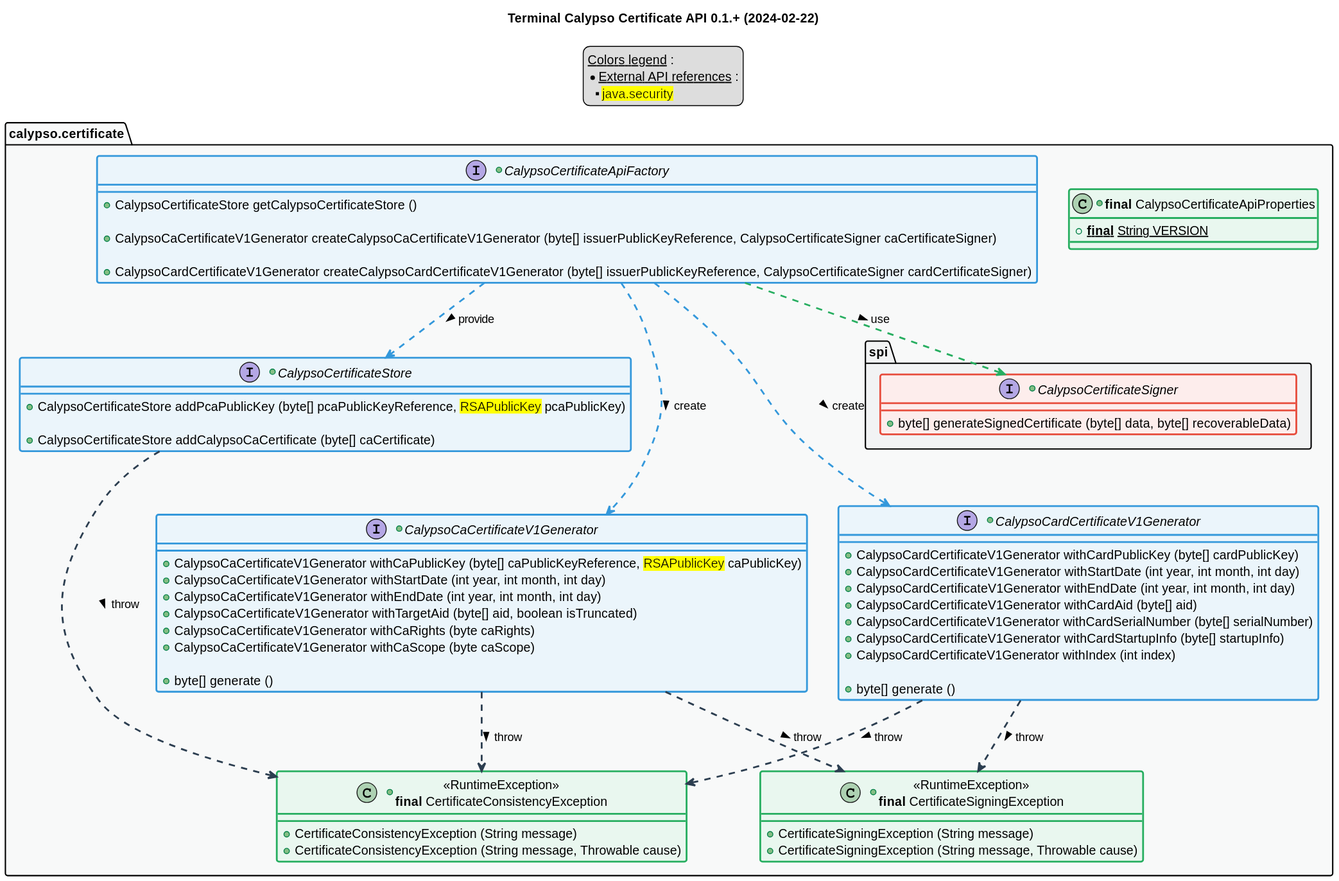
This is 0.1.0-SNAPSHOT/api_class_diagram.svg from calypsonet/calypsonet-terminal-calypso-certificate-uml-api, a PlantUML export, as it was before one commit.
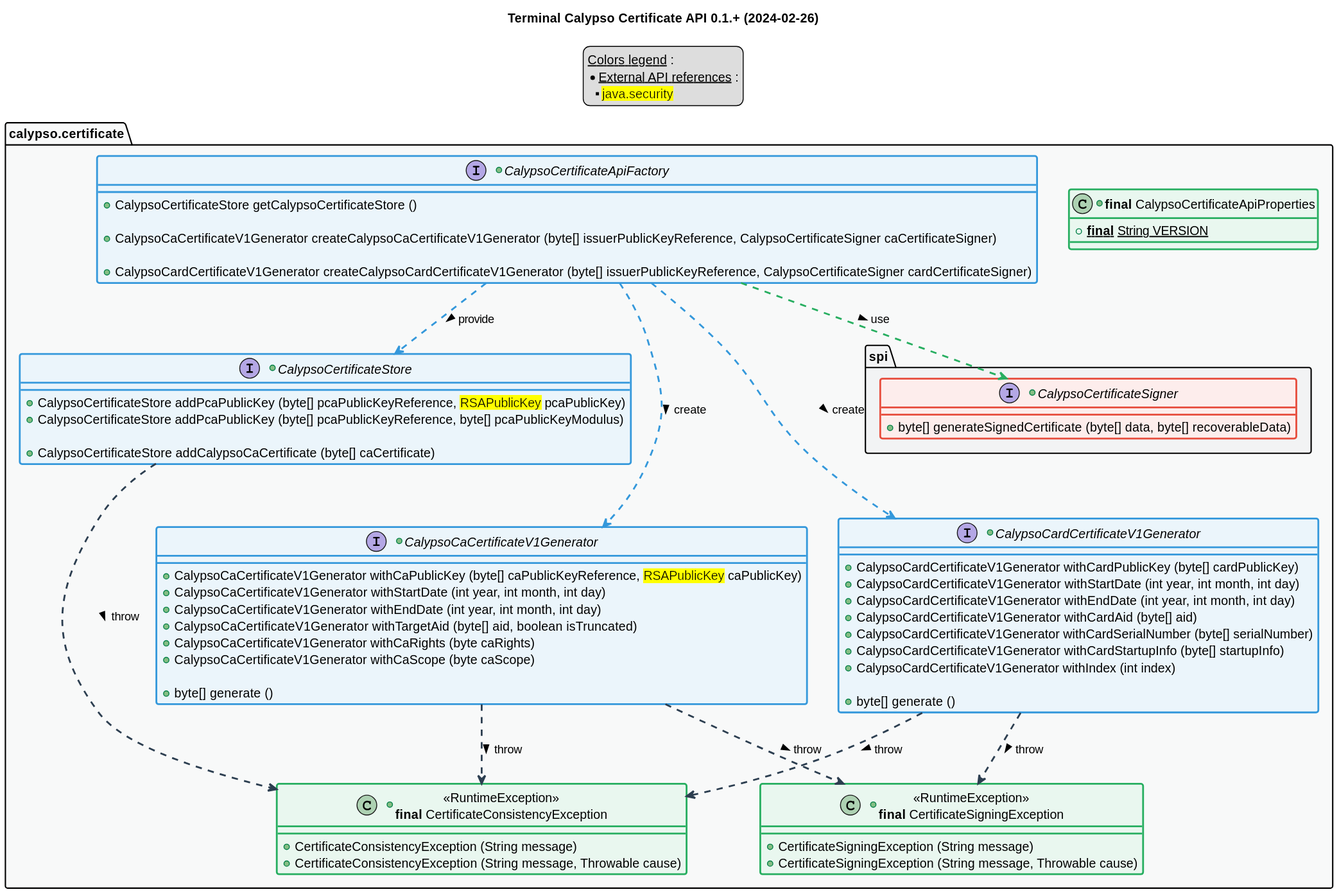
The same file after the commit.

What changed in the source:
```diff
@@ -1,6 +1,6 @@
 @startuml
 title
-    Terminal Calypso Certificate API 0.1.+ (2024-02-22)
+    Terminal Calypso Certificate API 0.1.+ (2024-02-26)
 end title
 
 
@@ -60,6 +60,7 @@
     }
     +interface CalypsoCertificateStore <<blue>> {
         +CalypsoCertificateStore addPcaPublicKey (byte[] pcaPublicKeyReference, <back:yellow>RSAPublicKey</back> pcaPublicKey)
+        +CalypsoCertificateStore addPcaPublicKey (byte[] pcaPublicKeyReference, byte[] pcaPublicKeyModulus)
 
         +CalypsoCertificateStore addCalypsoCaCertificate (byte[] caCertificate)
     }
```
